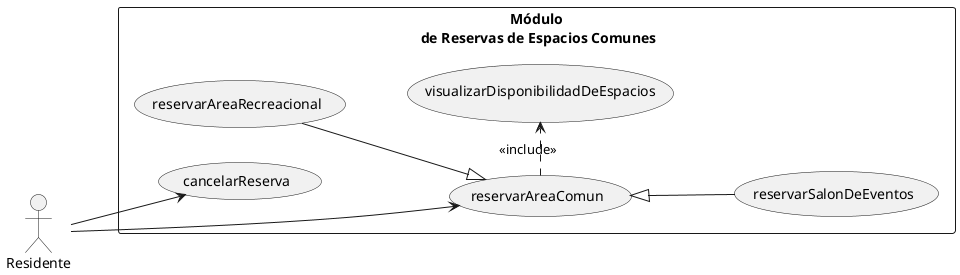
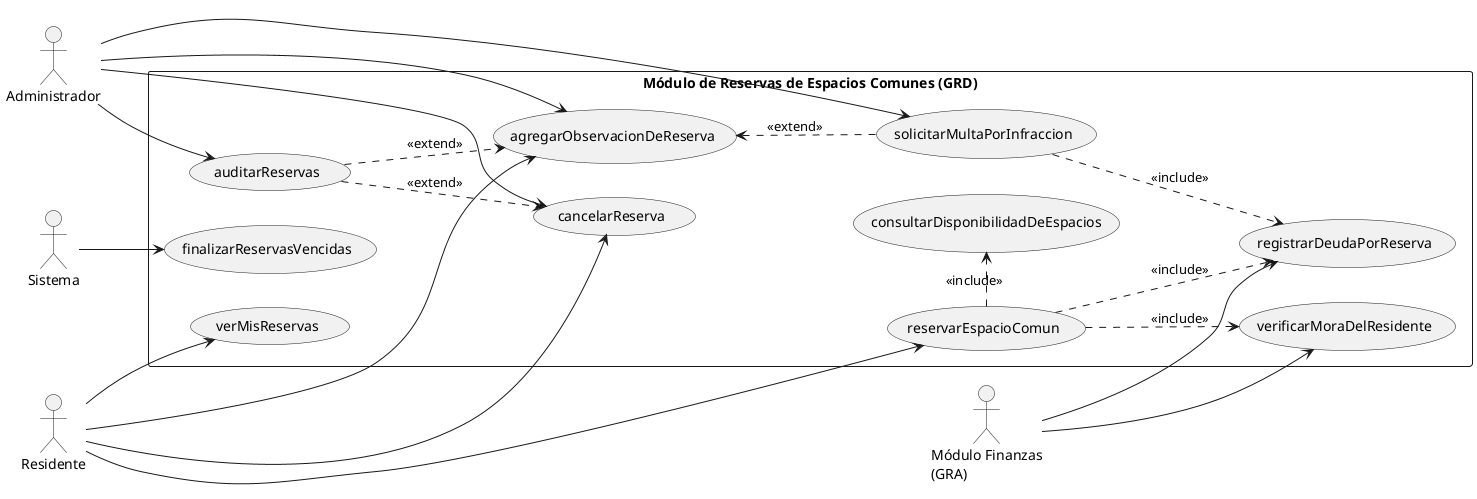
@startuml

left to right direction
skinparam packageStyle rectangle

' Esto fuerza a PlantUML a usar líneas rectas y ordenadas
skinparam linetype orthogonal

actor Residente
+ actor Administrador
+ actor Sistema
+ actor "Módulo Finanzas\n(GRA)" as Finanzas

- rectangle "Módulo\n de Reservas de Espacios Comunes" {
+ rectangle "Módulo de Reservas de Espacios Comunes (GRD)" {

-     usecase "reservarAreaComun" as UC1
-     usecase "reservarSalonDeEventos" as UC2
-     usecase "reservarAreaRecreacional" as UC3
-     usecase "visualizarDisponibilidadDeEspacios" as UC4
-     usecase "cancelarReserva" as UC5
+     usecase "reservarEspacioComun" as UC1
+     usecase "consultarDisponibilidadDeEspacios" as UC2
+     usecase "verMisReservas" as UC3
+     usecase "cancelarReserva" as UC4
+     usecase "agregarObservacionDeReserva" as UC5
+     usecase "auditarReservas" as UC6
+     usecase "solicitarMultaPorInfraccion" as UC7
+     usecase "finalizarReservasVencidas" as UC8
+     usecase "verificarMoraDelResidente" as UC9
+     usecase "registrarDeudaPorReserva" as UC10

-     ' Definimos las herencias (las flechas irán limpias hacia la izquierda)
-     UC2 -up-|> UC1
-     UC3 -down-|> UC1
+     ' Reservar un espacio consulta disponibilidad y valida/factura con Finanzas
+     UC1 .right.> UC2 : <<include>>
+     UC1 .down.> UC9 : <<include>>
+     UC1 .down.> UC10 : <<include>>

-     ' El include se despliega hacia la derecha de forma lineal
-     UC1 .right.> UC4 : <<include>>
+     ' Auditar reservas reutiliza cancelar y agregar observación
+     UC6 .down.> UC4 : <<extend>>
+     UC6 .down.> UC5 : <<extend>>
+ 
+     ' Solicitar multa se aplica junto a una observación y factura en Finanzas
+     UC7 .up.> UC5 : <<extend>>
+     UC7 .down.> UC10 : <<include>>
}

- ' El actor se conecta de forma limpia a las opciones principales
+ ' Residente: reserva, consulta sus reservas, cancela y observa
Residente --> UC1
+ Residente --> UC3
+ Residente --> UC4
Residente --> UC5

- @enduml+ ' Administrador: audita todas las reservas, cancela, observa y multa
+ Administrador --> UC6
+ Administrador --> UC4
+ Administrador --> UC5
+ Administrador --> UC7
+ 
+ ' Actores secundarios (procesos/integraciones)
+ Sistema --> UC8
+ Finanzas --> UC9
+ Finanzas --> UC10
+ 
+ @enduml
